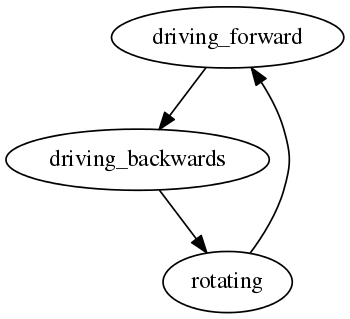
eerimoq/romeo keeps this Graphviz diagram as doc/robot_state_machine_cutting.png. Above is the earlier version. Its source is kept beside it as doc/robot_state_machine_cutting.dot.
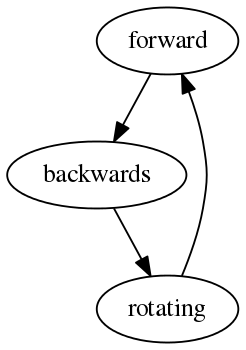
The same diagram one commit later.

What changed in the source:
```diff
@@ -1,5 +1,5 @@
 digraph robot_state_diagram_moving {
-  driving_forward -> driving_backwards;
-  driving_backwards -> rotating;
-  rotating -> driving_forward;
+  forward -> backwards;
+  backwards -> rotating;
+  rotating -> forward;
 }
```
